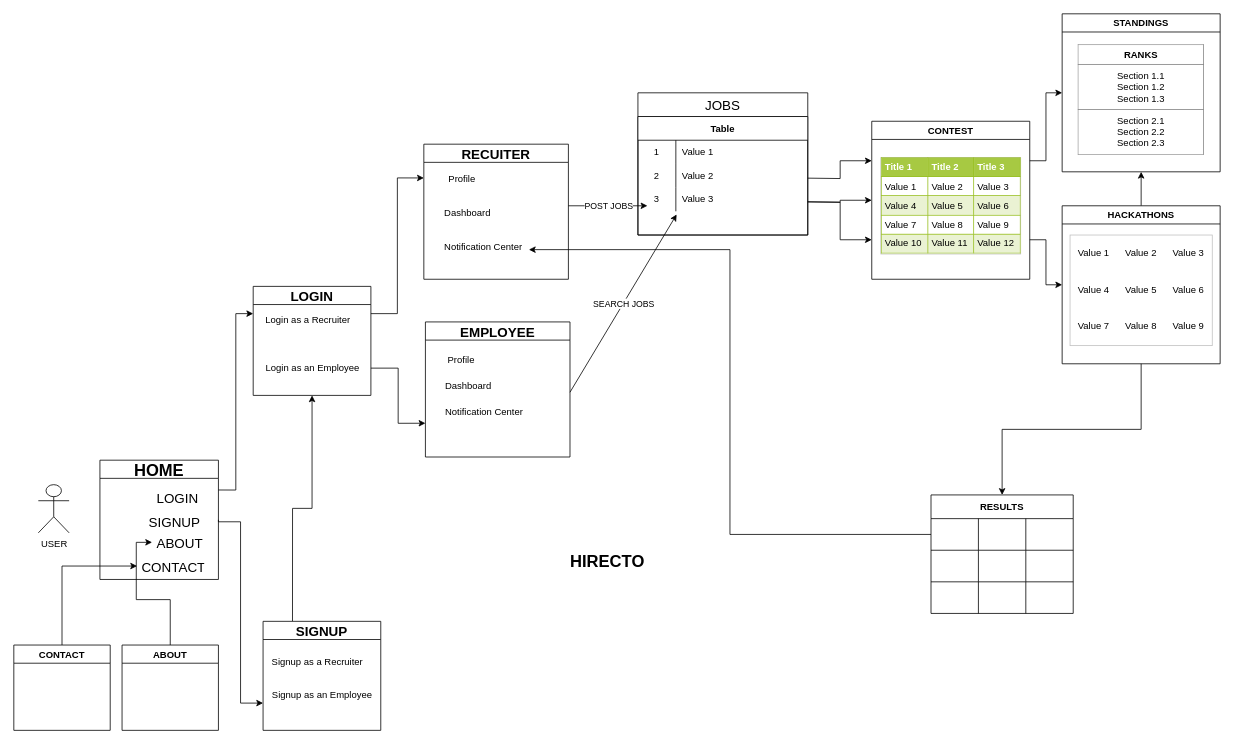
mr-optimizer/DrawIo keeps this draw.io diagram as Untitled Diagram.drawio. Above is the earlier version. Source tidied: cells renumbered, new cells numbered last; positions are measured from the earlier drawing's top-left corner, leaving out a move shared by most shapes. Both pictures are drawn from the tidied source at 79%, with x=0, y=0 at pixel (13, 13).
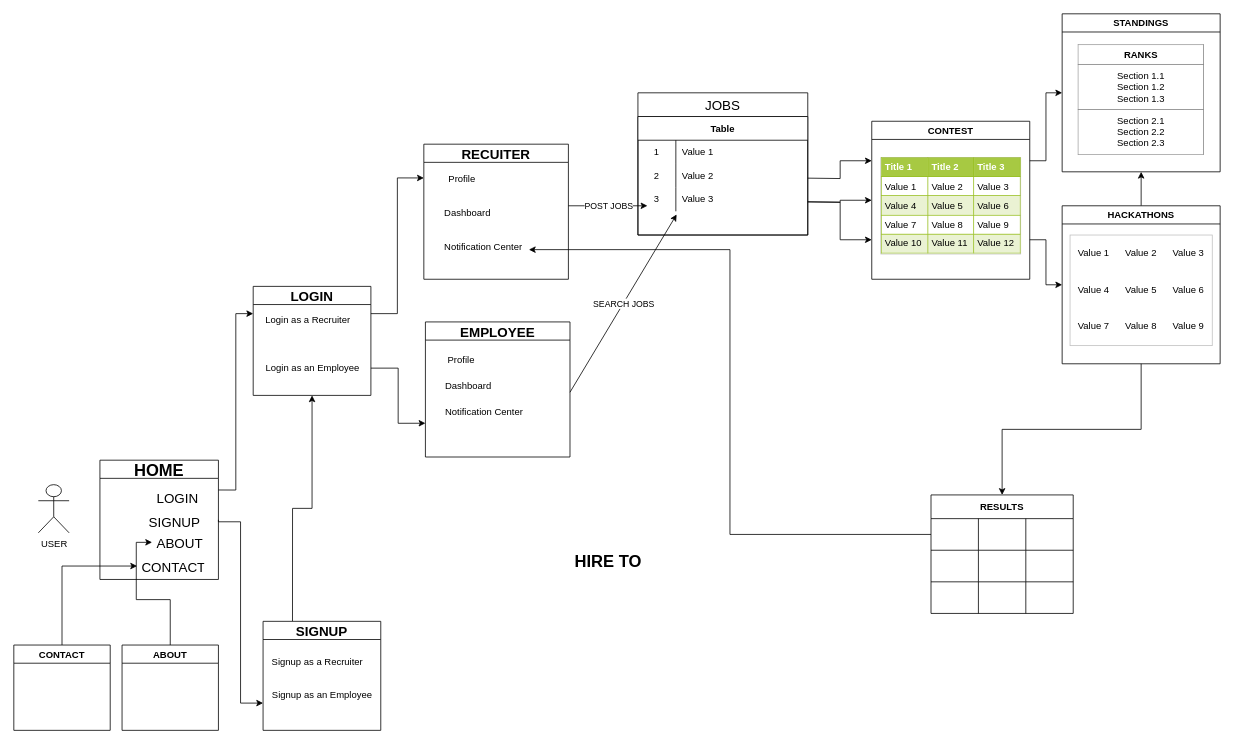
Above is the later version.

Change to the diagram source:
```diff
@@
-    <mxCell id="3" value="HIRECTO" style="text;html=1;align=center;verticalAlign=middle;strokeColor=none;fillColor=none;fontStyle=1;fontSize=21;" parent="1" vertex="1">
-      <mxGeometry x="695" y="674" width="112" height="37" as="geometry" />
+    <mxCell id="3" value="HIRE TO" style="text;html=1;align=center;verticalAlign=middle;strokeColor=none;fillColor=none;fontStyle=1;fontSize=21;" parent="1" vertex="1">
+      <mxGeometry x="700" y="674" width="103" height="37" as="geometry" />
     </mxCell>
```
